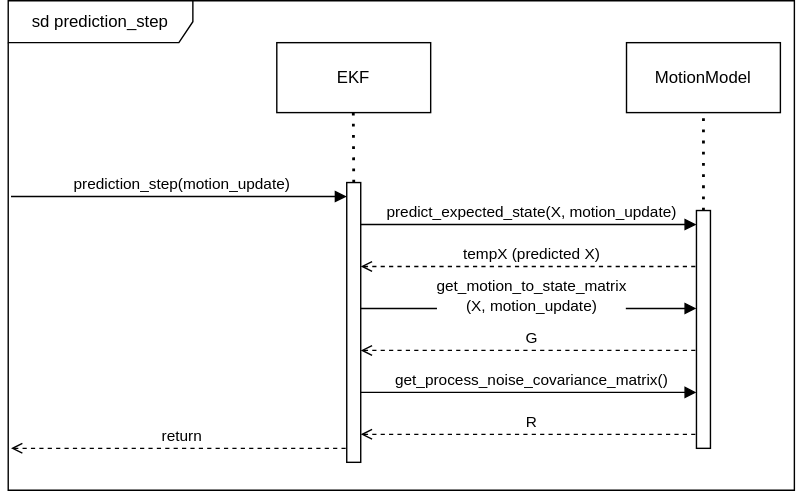
The draw.io diagram docs/assets/Loc_map/prediction-sequence-diagram.svg in fs-feup/autonomous-systems, before a commit. Source tidied: cells renumbered, new cells last; positions are measured from the earlier drawing's top-left corner, leaving out a move shared by most shapes. Source of this version:
```xml
<mxGraphModel>
  <root>
    <mxCell id="0" />
    <mxCell id="1" parent="0" />
    <mxCell id="2" style="html=1;perimeter=orthogonalPerimeter;targetShapes=umlLifeline;newEdgeStyle={&quot;curved&quot;:0,&quot;rounded&quot;:0};" parent="1" vertex="1">
      <mxGeometry x="242" y="130" width="10" height="200" as="geometry" />
    </mxCell>
    <mxCell id="3" style="endArrow=block;html=1;rounded=0;endFill=1;" parent="1" edge="1">
      <mxGeometry relative="1" as="geometry">
        <mxPoint x="2" y="140" as="sourcePoint" />
        <mxPoint x="242" y="140" as="targetPoint" />
      </mxGeometry>
    </mxCell>
    <mxCell id="4" value="prediction_step(motion_update)" style="edgeLabel;html=1;align=center;verticalAlign=middle;" parent="3" vertex="1">
      <mxGeometry x="-0.11" relative="1" as="geometry">
        <mxPoint x="16" y="-10" as="offset" />
      </mxGeometry>
    </mxCell>
    <mxCell id="5" style="html=1;points=[[0,0,0,0,5],[0,1,0,0,-5],[1,0,0,0,5],[1,1,0,0,-5]];perimeter=orthogonalPerimeter;outlineConnect=0;targetShapes=umlLifeline;portConstraint=eastwest;newEdgeStyle={&quot;curved&quot;:0,&quot;rounded&quot;:0};" parent="1" vertex="1">
      <mxGeometry x="492" y="150" width="10" height="170" as="geometry" />
    </mxCell>
    <mxCell id="6" style="endArrow=block;html=1;rounded=0;endFill=1;" parent="1" edge="1">
      <mxGeometry relative="1" as="geometry">
        <mxPoint x="252" y="160" as="sourcePoint" />
        <mxPoint x="492" y="160" as="targetPoint" />
      </mxGeometry>
    </mxCell>
    <mxCell id="7" value="predict_expected_state(X, motion_update)" style="edgeLabel;html=1;align=center;verticalAlign=middle;" parent="6" vertex="1">
      <mxGeometry x="-0.11" relative="1" as="geometry">
        <mxPoint x="16" y="-10" as="offset" />
      </mxGeometry>
    </mxCell>
    <mxCell id="8" style="endArrow=block;html=1;rounded=0;endFill=1;" parent="1" edge="1">
      <mxGeometry relative="1" as="geometry">
        <mxPoint x="252" y="220" as="sourcePoint" />
        <mxPoint x="492" y="220" as="targetPoint" />
      </mxGeometry>
    </mxCell>
    <mxCell id="9" value="get_motion_to_state_matrix&lt;br&gt;(X, motion_update)" style="edgeLabel;html=1;align=center;verticalAlign=middle;" parent="8" vertex="1">
      <mxGeometry x="-0.11" relative="1" as="geometry">
        <mxPoint x="16" y="-10" as="offset" />
      </mxGeometry>
    </mxCell>
    <mxCell id="10" style="endArrow=block;html=1;rounded=0;endFill=1;" parent="1" edge="1">
      <mxGeometry relative="1" as="geometry">
        <mxPoint x="252" y="280" as="sourcePoint" />
        <mxPoint x="492" y="280" as="targetPoint" />
      </mxGeometry>
    </mxCell>
    <mxCell id="11" value="get_process_noise_covariance_matrix()" style="edgeLabel;html=1;align=center;verticalAlign=middle;" parent="10" vertex="1">
      <mxGeometry x="-0.11" relative="1" as="geometry">
        <mxPoint x="16" y="-10" as="offset" />
      </mxGeometry>
    </mxCell>
    <mxCell id="12" style="endArrow=none;html=1;rounded=0;endFill=0;startArrow=open;startFill=0;dashed=1;" parent="1" edge="1">
      <mxGeometry relative="1" as="geometry">
        <mxPoint x="252" y="190" as="sourcePoint" />
        <mxPoint x="492" y="190" as="targetPoint" />
      </mxGeometry>
    </mxCell>
    <mxCell id="13" value="tempX (predicted X)" style="edgeLabel;html=1;align=center;verticalAlign=middle;" parent="12" vertex="1">
      <mxGeometry x="-0.11" relative="1" as="geometry">
        <mxPoint x="16" y="-10" as="offset" />
      </mxGeometry>
    </mxCell>
    <mxCell id="14" style="endArrow=none;html=1;rounded=0;endFill=0;startArrow=open;startFill=0;dashed=1;" parent="1" edge="1">
      <mxGeometry relative="1" as="geometry">
        <mxPoint x="252" y="310" as="sourcePoint" />
        <mxPoint x="492" y="310" as="targetPoint" />
      </mxGeometry>
    </mxCell>
    <mxCell id="15" value="R" style="edgeLabel;html=1;align=center;verticalAlign=middle;" parent="14" vertex="1">
      <mxGeometry x="-0.11" relative="1" as="geometry">
        <mxPoint x="16" y="-10" as="offset" />
      </mxGeometry>
    </mxCell>
    <mxCell id="16" style="endArrow=none;html=1;rounded=0;endFill=0;startArrow=open;startFill=0;dashed=1;" parent="1" edge="1">
      <mxGeometry relative="1" as="geometry">
        <mxPoint x="252" y="250" as="sourcePoint" />
        <mxPoint x="492" y="250" as="targetPoint" />
      </mxGeometry>
    </mxCell>
    <mxCell id="17" value="G" style="edgeLabel;html=1;align=center;verticalAlign=middle;" parent="16" vertex="1">
      <mxGeometry x="-0.11" relative="1" as="geometry">
        <mxPoint x="16" y="-10" as="offset" />
      </mxGeometry>
    </mxCell>
    <mxCell id="18" style="endArrow=none;html=1;rounded=0;endFill=0;startArrow=open;startFill=0;dashed=1;" parent="1" edge="1">
      <mxGeometry relative="1" as="geometry">
        <mxPoint x="2" y="320" as="sourcePoint" />
        <mxPoint x="242" y="320" as="targetPoint" />
      </mxGeometry>
    </mxCell>
    <mxCell id="19" value="return" style="edgeLabel;html=1;align=center;verticalAlign=middle;" parent="18" vertex="1">
      <mxGeometry x="-0.11" relative="1" as="geometry">
        <mxPoint x="16" y="-10" as="offset" />
      </mxGeometry>
    </mxCell>
    <mxCell id="20" value="sd prediction_step" style="shape=umlFrame;whiteSpace=wrap;html=1;width=132;height=30;" parent="1" vertex="1">
      <mxGeometry width="562" height="350" as="geometry" />
    </mxCell>
    <mxCell id="21" value="EKF" style="html=1;whiteSpace=wrap;" parent="1" vertex="1">
      <mxGeometry x="192" y="30" width="110" height="50" as="geometry" />
    </mxCell>
    <mxCell id="22" style="endArrow=none;dashed=1;html=1;dashPattern=1 3;strokeWidth=2;rounded=0;entryX=0.5;entryY=1;entryDx=0;entryDy=0;" parent="1" edge="1">
      <mxGeometry relative="1" as="geometry">
        <mxPoint x="247" y="130" as="sourcePoint" />
        <mxPoint x="246.7" y="80" as="targetPoint" />
      </mxGeometry>
    </mxCell>
    <mxCell id="23" value="MotionModel" style="html=1;whiteSpace=wrap;" parent="1" vertex="1">
      <mxGeometry x="442" y="30" width="110" height="50" as="geometry" />
    </mxCell>
    <mxCell id="24" style="endArrow=none;dashed=1;html=1;dashPattern=1 3;strokeWidth=2;rounded=0;entryX=0.5;entryY=1;entryDx=0;entryDy=0;" parent="1" edge="1" source="5">
      <mxGeometry relative="1" as="geometry">
        <mxPoint x="497" y="80" as="targetPoint" />
      </mxGeometry>
    </mxCell>
  </root>
</mxGraphModel>
```
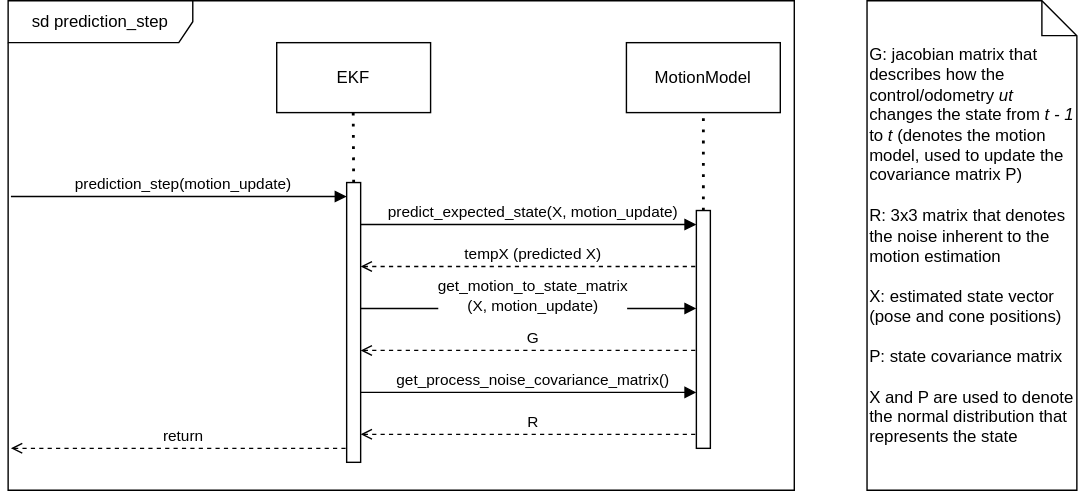
Above is the later version.

Commit message:
fix(loc-map): add notes to diagrams

What changed in the source:
```diff
@@ -116,5 +116,8 @@
         <mxPoint x="497" y="80" as="targetPoint" />
       </mxGeometry>
     </mxCell>
+    <mxCell id="25" value="G: jacobian matrix that describes how the control/odometry &lt;i&gt;ut&lt;/i&gt; changes the state from &lt;i&gt;t - 1&lt;/i&gt; to &lt;i&gt;t &lt;/i&gt;(denotes the motion model, used to update the covariance matrix P)&lt;br&gt;&lt;br&gt;R: 3x3 matrix that denotes the noise inherent to the motion estimation&lt;br&gt;&lt;br&gt;X: estimated state vector (pose and cone positions)&lt;br&gt;&lt;br&gt;P: state covariance matrix&lt;br&gt;&lt;br&gt;X and P are used to denote the normal distribution that represents the state" style="shape=note2;boundedLbl=1;whiteSpace=wrap;html=1;size=25;verticalAlign=top;align=left;" parent="1" vertex="1">
+      <mxGeometry x="614" width="150" height="350" as="geometry" />
+    </mxCell>
   </root>
 </mxGraphModel>
```
